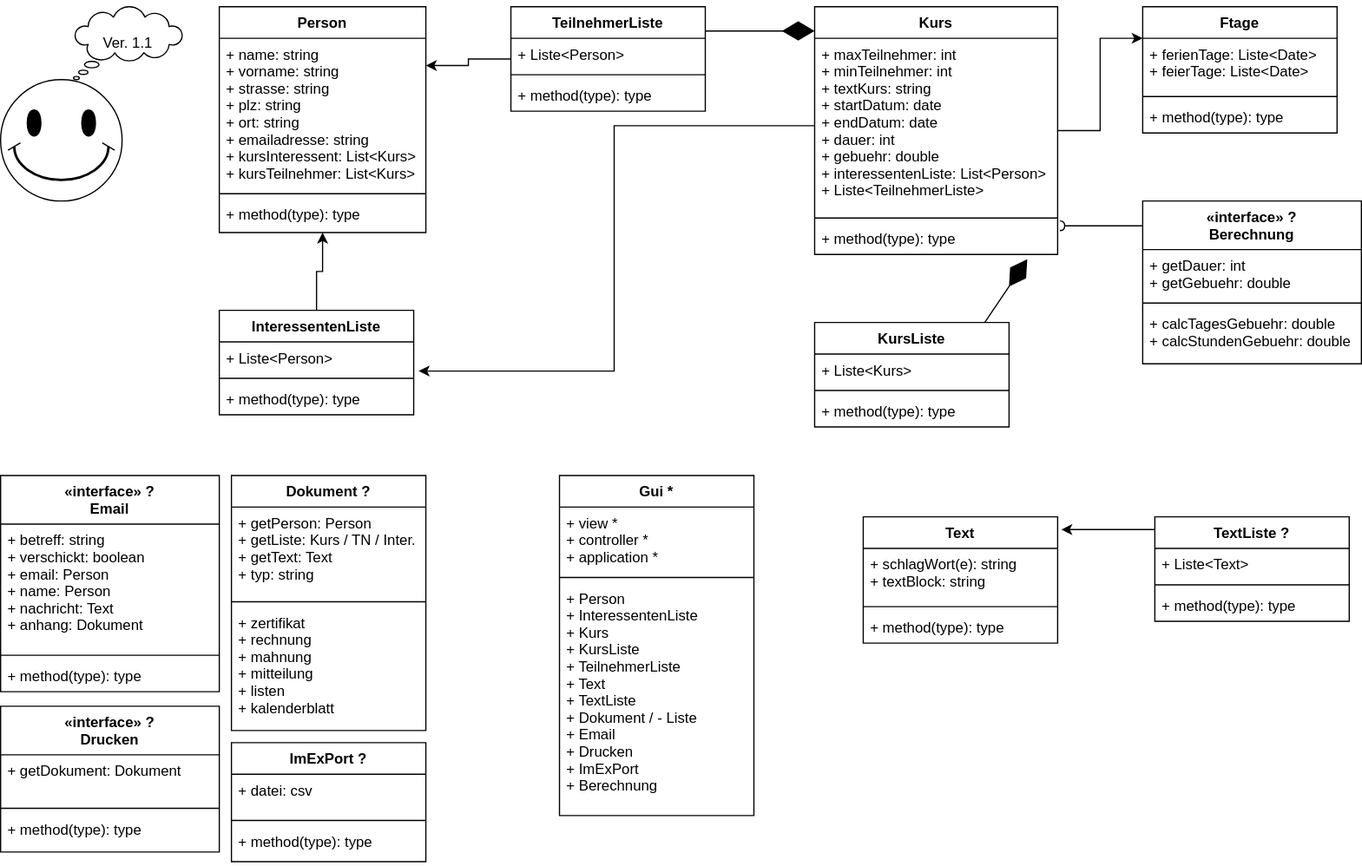
This is doc/plan01.1.svg from ennouali2014/SWE-M07, a draw.io export, as it was before one commit. Source tidied: cells renumbered, new cells last; positions are measured from the earlier drawing's top-left corner, leaving out a move shared by most shapes.
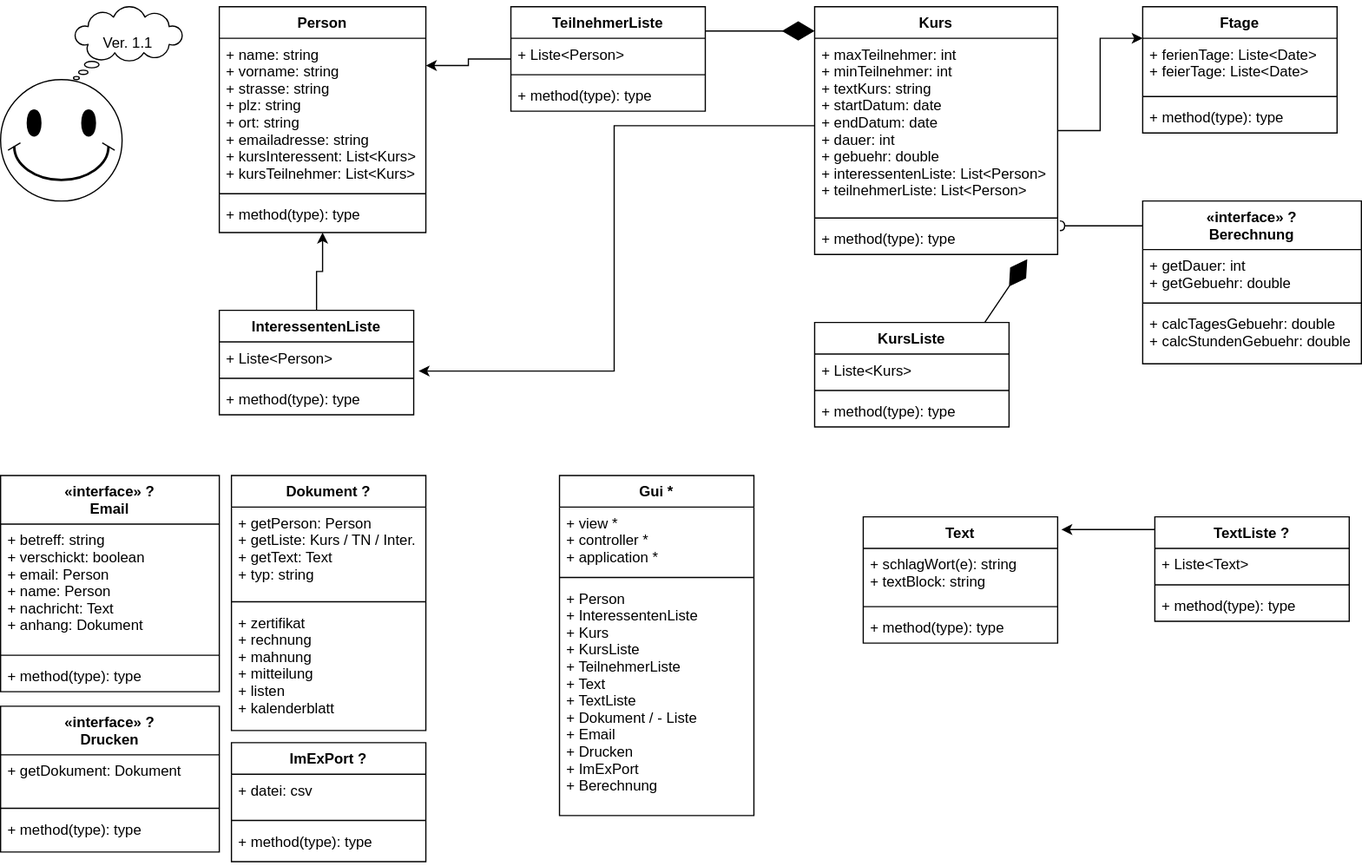
Later version of the same file.

Commit message:
Plan aktualisiert2

Diff of the diagram source:
```diff
@@ -53,7 +53,7 @@
     <mxCell id="18" value="Kurs" style="swimlane;fontStyle=1;align=center;verticalAlign=top;horizontal=1;startSize=26;" parent="1" vertex="1">
       <mxGeometry x="670" width="200" height="204" as="geometry" />
     </mxCell>
-    <mxCell id="19" value="+ maxTeilnehmer: int&#10;+ minTeilnehmer: int&#10;+ textKurs: string&#10;+ startDatum: date&#10;+ endDatum: date&#10;+ dauer: int&#10;+ gebuehr: double&#10;+ interessentenListe: List&lt;Person&gt;&#10;+ Liste&lt;TeilnehmerListe&gt;" style="text;strokeColor=none;fillColor=none;align=left;verticalAlign=top;spacingLeft=4;spacingRight=4;overflow=hidden;points=[[0,0.5],[1,0.5]];portConstraint=eastwest;" parent="18" vertex="1">
+    <mxCell id="19" value="+ maxTeilnehmer: int&#10;+ minTeilnehmer: int&#10;+ textKurs: string&#10;+ startDatum: date&#10;+ endDatum: date&#10;+ dauer: int&#10;+ gebuehr: double&#10;+ interessentenListe: List&lt;Person&gt;&#10;+ teilnehmerListe: List&lt;Person&gt;" style="text;strokeColor=none;fillColor=none;align=left;verticalAlign=top;spacingLeft=4;spacingRight=4;overflow=hidden;points=[[0,0.5],[1,0.5]];portConstraint=eastwest;" parent="18" vertex="1">
       <mxGeometry y="26" width="200" height="144" as="geometry" />
     </mxCell>
     <mxCell id="20" style="line;strokeWidth=1;fillColor=none;align=left;verticalAlign=middle;spacingTop=-1;spacingLeft=3;spacingRight=3;labelPosition=right;" parent="18" vertex="1">
```
